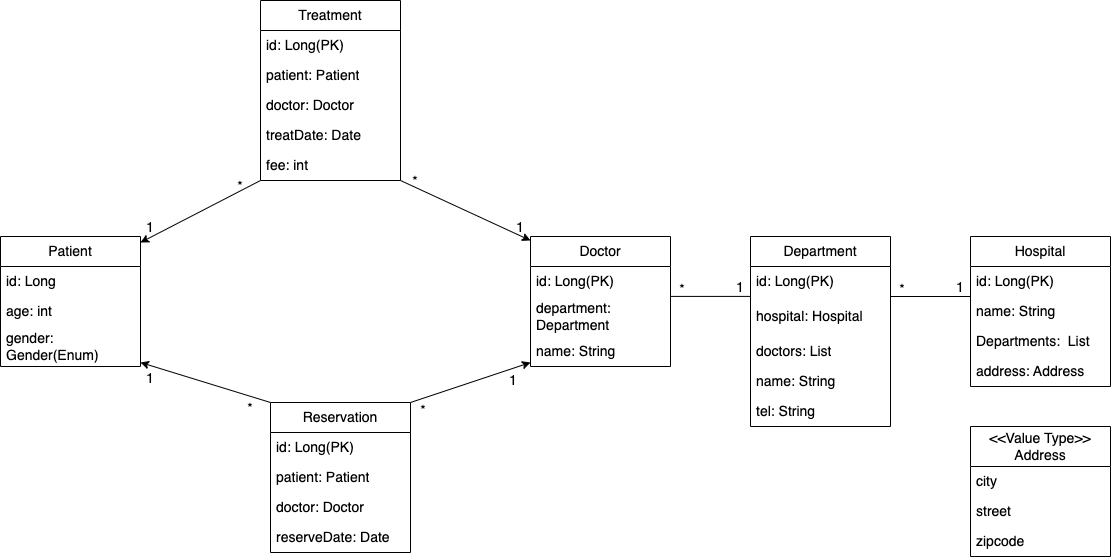
The draw.io diagram hongik_hospital_entity.png in haen-su/hongik_hospital, before a commit. Source tidied: cells renumbered, new cells last; positions are measured from the earlier drawing's top-left corner, leaving out a move shared by most shapes.
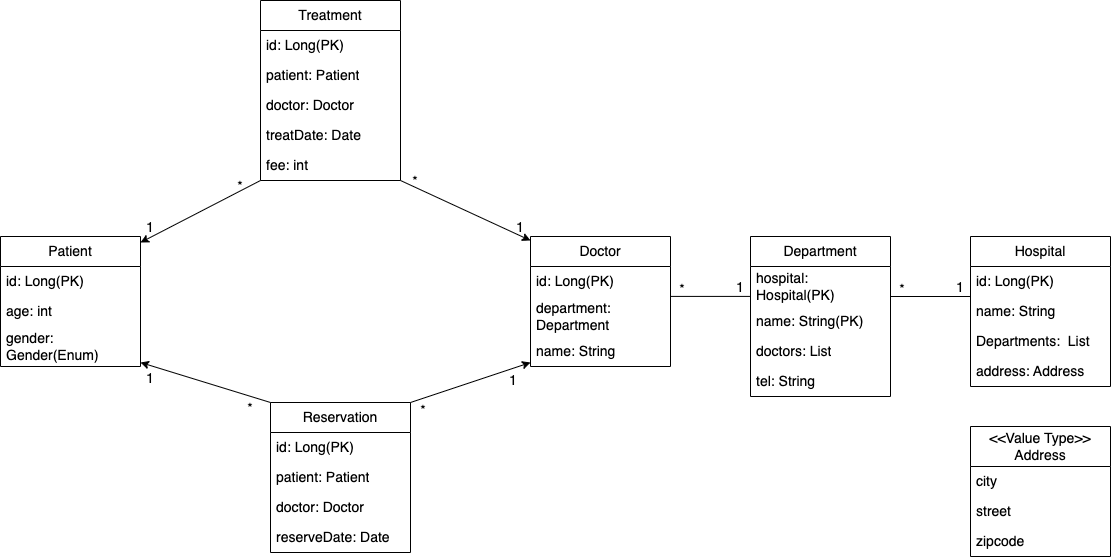
The same file after the commit.

Commit message:
0101 엔티티 수정

Diff of the diagram source:
```diff
@@ -5,7 +5,7 @@
     <mxCell id="2" value="Patient" style="swimlane;fontStyle=0;horizontal=1;startSize=30;whiteSpace=wrap;html=1;fontSize=14;" parent="1" vertex="1">
       <mxGeometry y="236" width="140" height="130" as="geometry" />
     </mxCell>
-    <mxCell id="3" value="id: Long" style="text;strokeColor=none;fillColor=none;align=left;verticalAlign=middle;spacingLeft=4;spacingRight=4;overflow=hidden;whiteSpace=wrap;html=1;fontSize=14;" parent="2" vertex="1">
+    <mxCell id="3" value="id: Long(PK)" style="text;strokeColor=none;fillColor=none;align=left;verticalAlign=middle;spacingLeft=4;spacingRight=4;overflow=hidden;whiteSpace=wrap;html=1;fontSize=14;" parent="2" vertex="1">
       <mxGeometry y="30" width="140" height="30" as="geometry" />
     </mxCell>
     <mxCell id="4" value="age: int" style="text;strokeColor=none;fillColor=none;align=left;verticalAlign=middle;spacingLeft=4;spacingRight=4;overflow=hidden;whiteSpace=wrap;html=1;fontSize=14;" parent="2" vertex="1">
@@ -30,22 +30,19 @@
       <mxGeometry y="120" width="140" height="30" as="geometry" />
     </mxCell>
     <mxCell id="11" value="Department" style="swimlane;fontStyle=0;horizontal=1;startSize=30;whiteSpace=wrap;html=1;fontSize=14;" parent="1" vertex="1">
-      <mxGeometry x="750" y="236" width="140" height="190" as="geometry" />
+      <mxGeometry x="750" y="236" width="140" height="160" as="geometry" />
     </mxCell>
-    <mxCell id="12" value="id: Long(PK)" style="text;strokeColor=none;fillColor=none;align=left;verticalAlign=middle;spacingLeft=4;spacingRight=4;overflow=hidden;whiteSpace=wrap;html=1;fontSize=14;" parent="11" vertex="1">
-      <mxGeometry y="30" width="140" height="30" as="geometry" />
-    </mxCell>
-    <mxCell id="13" value="hospital: Hospital" style="text;strokeColor=none;fillColor=none;align=left;verticalAlign=middle;spacingLeft=4;spacingRight=4;overflow=hidden;whiteSpace=wrap;html=1;fontSize=14;" parent="11" vertex="1">
-      <mxGeometry y="60" width="140" height="40" as="geometry" />
+    <mxCell id="13" value="hospital: Hospital(PK)" style="text;strokeColor=none;fillColor=none;align=left;verticalAlign=middle;spacingLeft=4;spacingRight=4;overflow=hidden;whiteSpace=wrap;html=1;fontSize=14;" parent="11" vertex="1">
+      <mxGeometry y="30" width="140" height="40" as="geometry" />
     </mxCell>
+    <mxCell id="15" value="name: String(PK)" style="text;strokeColor=none;fillColor=none;align=left;verticalAlign=middle;spacingLeft=4;spacingRight=4;overflow=hidden;whiteSpace=wrap;html=1;fontSize=14;" parent="11" vertex="1">
+      <mxGeometry y="70" width="140" height="30" as="geometry" />
+    </mxCell>
     <mxCell id="14" value="doctors: List" style="text;strokeColor=none;fillColor=none;align=left;verticalAlign=middle;spacingLeft=4;spacingRight=4;overflow=hidden;whiteSpace=wrap;html=1;fontSize=14;" parent="11" vertex="1">
       <mxGeometry y="100" width="140" height="30" as="geometry" />
     </mxCell>
-    <mxCell id="15" value="name: String" style="text;strokeColor=none;fillColor=none;align=left;verticalAlign=middle;spacingLeft=4;spacingRight=4;overflow=hidden;whiteSpace=wrap;html=1;fontSize=14;" parent="11" vertex="1">
-      <mxGeometry y="130" width="140" height="30" as="geometry" />
-    </mxCell>
     <mxCell id="16" value="tel: String" style="text;strokeColor=none;fillColor=none;align=left;verticalAlign=middle;spacingLeft=4;spacingRight=4;overflow=hidden;whiteSpace=wrap;html=1;fontSize=14;" parent="11" vertex="1">
-      <mxGeometry y="160" width="140" height="30" as="geometry" />
+      <mxGeometry y="130" width="140" height="30" as="geometry" />
     </mxCell>
     <mxCell id="17" value="Doctor" style="swimlane;fontStyle=0;horizontal=1;startSize=30;whiteSpace=wrap;html=1;fontSize=14;" parent="1" vertex="1">
       <mxGeometry x="530" y="236" width="140" height="130" as="geometry" />
```
